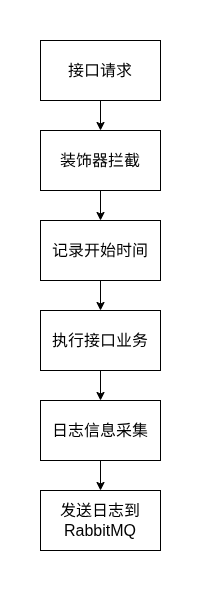
hongch666/mix-web-demo keeps this draw.io diagram as static/pic/flowchart/decorator.drawio.png. Above is the earlier version. Source tidied: cells renumbered, new cells last; positions are measured from the earlier drawing's top-left corner, leaving out a move shared by most shapes. Its diagram source:
```xml
<mxGraphModel background="#ffffff">
  <root>
    <mxCell id="0" />
    <mxCell id="1" parent="0" />
    <mxCell id="2" style="edgeStyle=none;html=1;exitX=0.5;exitY=1;exitDx=0;exitDy=0;entryX=0.5;entryY=0;entryDx=0;entryDy=0;" parent="1" edge="1" source="3" target="5">
      <mxGeometry relative="1" as="geometry" />
    </mxCell>
    <mxCell id="3" value="接口请求" style="rounded=0;whiteSpace=wrap;html=1;fontSize=16;" parent="1" vertex="1">
      <mxGeometry x="40" y="40" width="120" height="60" as="geometry" />
    </mxCell>
    <mxCell id="4" style="edgeStyle=none;html=1;exitX=0.5;exitY=1;exitDx=0;exitDy=0;entryX=0.5;entryY=0;entryDx=0;entryDy=0;" parent="1" edge="1" source="5" target="7">
      <mxGeometry relative="1" as="geometry" />
    </mxCell>
    <mxCell id="5" value="装饰器拦截" style="rounded=0;whiteSpace=wrap;html=1;fontSize=16;" parent="1" vertex="1">
      <mxGeometry x="40" y="130" width="120" height="60" as="geometry" />
    </mxCell>
    <mxCell id="6" style="edgeStyle=none;html=1;exitX=0.5;exitY=1;exitDx=0;exitDy=0;entryX=0.5;entryY=0;entryDx=0;entryDy=0;" parent="1" edge="1" source="7" target="9">
      <mxGeometry relative="1" as="geometry" />
    </mxCell>
    <mxCell id="7" value="记录开始时间" style="rounded=0;whiteSpace=wrap;html=1;fontSize=16;" parent="1" vertex="1">
      <mxGeometry x="40" y="220" width="120" height="60" as="geometry" />
    </mxCell>
    <mxCell id="8" style="edgeStyle=none;html=1;exitX=0.5;exitY=1;exitDx=0;exitDy=0;entryX=0.5;entryY=0;entryDx=0;entryDy=0;" parent="1" edge="1" source="9" target="11">
      <mxGeometry relative="1" as="geometry" />
    </mxCell>
    <mxCell id="9" value="执行接口业务" style="rounded=0;whiteSpace=wrap;html=1;fontSize=16;" parent="1" vertex="1">
      <mxGeometry x="40" y="310" width="120" height="60" as="geometry" />
    </mxCell>
    <mxCell id="10" style="edgeStyle=none;html=1;exitX=0.5;exitY=1;exitDx=0;exitDy=0;entryX=0.5;entryY=0;entryDx=0;entryDy=0;" parent="1" edge="1" source="11" target="12">
      <mxGeometry relative="1" as="geometry" />
    </mxCell>
    <mxCell id="11" value="日志信息采集" style="rounded=0;whiteSpace=wrap;html=1;fontSize=16;" parent="1" vertex="1">
      <mxGeometry x="40" y="400" width="120" height="60" as="geometry" />
    </mxCell>
    <mxCell id="12" value="发送日志到RabbitMQ" style="rounded=0;whiteSpace=wrap;html=1;fontSize=16;" parent="1" vertex="1">
      <mxGeometry x="40" y="490" width="120" height="60" as="geometry" />
    </mxCell>
    <mxCell id="13" style="rounded=0;whiteSpace=wrap;html=1;textOpacity=0;labelBorderColor=light-dark(#000000,#FFFFFF);fontColor=none;noLabel=1;strokeColor=none;" parent="1" vertex="1">
      <mxGeometry x="95" width="10" height="30" as="geometry" />
    </mxCell>
    <mxCell id="14" style="rounded=0;whiteSpace=wrap;html=1;textOpacity=0;labelBorderColor=light-dark(#000000,#FFFFFF);fontColor=none;noLabel=1;strokeColor=none;" parent="1" vertex="1">
      <mxGeometry x="190" y="210" width="10" height="30" as="geometry" />
    </mxCell>
    <mxCell id="15" style="rounded=0;whiteSpace=wrap;html=1;textOpacity=0;labelBorderColor=light-dark(#000000,#FFFFFF);fontColor=none;noLabel=1;strokeColor=none;" parent="1" vertex="1">
      <mxGeometry y="220" width="10" height="30" as="geometry" />
    </mxCell>
    <mxCell id="16" style="rounded=0;whiteSpace=wrap;html=1;textOpacity=0;labelBorderColor=light-dark(#000000,#FFFFFF);fontColor=none;noLabel=1;strokeColor=none;" parent="1" vertex="1">
      <mxGeometry x="95" y="560" width="10" height="30" as="geometry" />
    </mxCell>
  </root>
</mxGraphModel>
```
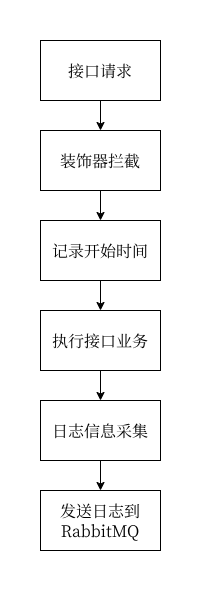
After the commit.

Diff of the diagram source:
```diff
@@ -2,49 +2,49 @@
   <root>
     <mxCell id="0" />
     <mxCell id="1" parent="0" />
-    <mxCell id="2" style="edgeStyle=none;html=1;exitX=0.5;exitY=1;exitDx=0;exitDy=0;entryX=0.5;entryY=0;entryDx=0;entryDy=0;" parent="1" edge="1" source="3" target="5">
+    <mxCell id="2" style="edgeStyle=none;html=1;exitX=0.5;exitY=1;exitDx=0;exitDy=0;entryX=0.5;entryY=0;entryDx=0;entryDy=0;fontFamily=宋体;" parent="1" edge="1" source="3" target="5">
       <mxGeometry relative="1" as="geometry" />
     </mxCell>
-    <mxCell id="3" value="接口请求" style="rounded=0;whiteSpace=wrap;html=1;fontSize=16;" parent="1" vertex="1">
+    <mxCell id="3" value="接口请求" style="rounded=0;whiteSpace=wrap;html=1;fontSize=16;fontFamily=宋体;" parent="1" vertex="1">
       <mxGeometry x="40" y="40" width="120" height="60" as="geometry" />
     </mxCell>
-    <mxCell id="4" style="edgeStyle=none;html=1;exitX=0.5;exitY=1;exitDx=0;exitDy=0;entryX=0.5;entryY=0;entryDx=0;entryDy=0;" parent="1" edge="1" source="5" target="7">
+    <mxCell id="4" style="edgeStyle=none;html=1;exitX=0.5;exitY=1;exitDx=0;exitDy=0;entryX=0.5;entryY=0;entryDx=0;entryDy=0;fontFamily=宋体;" parent="1" edge="1" source="5" target="7">
       <mxGeometry relative="1" as="geometry" />
     </mxCell>
-    <mxCell id="5" value="装饰器拦截" style="rounded=0;whiteSpace=wrap;html=1;fontSize=16;" parent="1" vertex="1">
+    <mxCell id="5" value="装饰器拦截" style="rounded=0;whiteSpace=wrap;html=1;fontSize=16;fontFamily=宋体;" parent="1" vertex="1">
       <mxGeometry x="40" y="130" width="120" height="60" as="geometry" />
     </mxCell>
-    <mxCell id="6" style="edgeStyle=none;html=1;exitX=0.5;exitY=1;exitDx=0;exitDy=0;entryX=0.5;entryY=0;entryDx=0;entryDy=0;" parent="1" edge="1" source="7" target="9">
+    <mxCell id="6" style="edgeStyle=none;html=1;exitX=0.5;exitY=1;exitDx=0;exitDy=0;entryX=0.5;entryY=0;entryDx=0;entryDy=0;fontFamily=宋体;" parent="1" edge="1" source="7" target="9">
       <mxGeometry relative="1" as="geometry" />
     </mxCell>
-    <mxCell id="7" value="记录开始时间" style="rounded=0;whiteSpace=wrap;html=1;fontSize=16;" parent="1" vertex="1">
+    <mxCell id="7" value="记录开始时间" style="rounded=0;whiteSpace=wrap;html=1;fontSize=16;fontFamily=宋体;" parent="1" vertex="1">
       <mxGeometry x="40" y="220" width="120" height="60" as="geometry" />
     </mxCell>
-    <mxCell id="8" style="edgeStyle=none;html=1;exitX=0.5;exitY=1;exitDx=0;exitDy=0;entryX=0.5;entryY=0;entryDx=0;entryDy=0;" parent="1" edge="1" source="9" target="11">
+    <mxCell id="8" style="edgeStyle=none;html=1;exitX=0.5;exitY=1;exitDx=0;exitDy=0;entryX=0.5;entryY=0;entryDx=0;entryDy=0;fontFamily=宋体;" parent="1" edge="1" source="9" target="11">
       <mxGeometry relative="1" as="geometry" />
     </mxCell>
-    <mxCell id="9" value="执行接口业务" style="rounded=0;whiteSpace=wrap;html=1;fontSize=16;" parent="1" vertex="1">
+    <mxCell id="9" value="执行接口业务" style="rounded=0;whiteSpace=wrap;html=1;fontSize=16;fontFamily=宋体;" parent="1" vertex="1">
       <mxGeometry x="40" y="310" width="120" height="60" as="geometry" />
     </mxCell>
-    <mxCell id="10" style="edgeStyle=none;html=1;exitX=0.5;exitY=1;exitDx=0;exitDy=0;entryX=0.5;entryY=0;entryDx=0;entryDy=0;" parent="1" edge="1" source="11" target="12">
+    <mxCell id="10" style="edgeStyle=none;html=1;exitX=0.5;exitY=1;exitDx=0;exitDy=0;entryX=0.5;entryY=0;entryDx=0;entryDy=0;fontFamily=宋体;" parent="1" edge="1" source="11" target="12">
       <mxGeometry relative="1" as="geometry" />
     </mxCell>
-    <mxCell id="11" value="日志信息采集" style="rounded=0;whiteSpace=wrap;html=1;fontSize=16;" parent="1" vertex="1">
+    <mxCell id="11" value="日志信息采集" style="rounded=0;whiteSpace=wrap;html=1;fontSize=16;fontFamily=宋体;" parent="1" vertex="1">
       <mxGeometry x="40" y="400" width="120" height="60" as="geometry" />
     </mxCell>
-    <mxCell id="12" value="发送日志到RabbitMQ" style="rounded=0;whiteSpace=wrap;html=1;fontSize=16;" parent="1" vertex="1">
+    <mxCell id="12" value="发送日志到RabbitMQ" style="rounded=0;whiteSpace=wrap;html=1;fontSize=16;fontFamily=宋体;" parent="1" vertex="1">
       <mxGeometry x="40" y="490" width="120" height="60" as="geometry" />
     </mxCell>
-    <mxCell id="13" style="rounded=0;whiteSpace=wrap;html=1;textOpacity=0;labelBorderColor=light-dark(#000000,#FFFFFF);fontColor=none;noLabel=1;strokeColor=none;" parent="1" vertex="1">
+    <mxCell id="13" style="rounded=0;whiteSpace=wrap;html=1;textOpacity=0;labelBorderColor=light-dark(#000000,#FFFFFF);fontColor=none;noLabel=1;strokeColor=none;fontFamily=宋体;" parent="1" vertex="1">
       <mxGeometry x="95" width="10" height="30" as="geometry" />
     </mxCell>
-    <mxCell id="14" style="rounded=0;whiteSpace=wrap;html=1;textOpacity=0;labelBorderColor=light-dark(#000000,#FFFFFF);fontColor=none;noLabel=1;strokeColor=none;" parent="1" vertex="1">
+    <mxCell id="14" style="rounded=0;whiteSpace=wrap;html=1;textOpacity=0;labelBorderColor=light-dark(#000000,#FFFFFF);fontColor=none;noLabel=1;strokeColor=none;fontFamily=宋体;" parent="1" vertex="1">
       <mxGeometry x="190" y="210" width="10" height="30" as="geometry" />
     </mxCell>
-    <mxCell id="15" style="rounded=0;whiteSpace=wrap;html=1;textOpacity=0;labelBorderColor=light-dark(#000000,#FFFFFF);fontColor=none;noLabel=1;strokeColor=none;" parent="1" vertex="1">
+    <mxCell id="15" style="rounded=0;whiteSpace=wrap;html=1;textOpacity=0;labelBorderColor=light-dark(#000000,#FFFFFF);fontColor=none;noLabel=1;strokeColor=none;fontFamily=宋体;" parent="1" vertex="1">
       <mxGeometry y="220" width="10" height="30" as="geometry" />
     </mxCell>
-    <mxCell id="16" style="rounded=0;whiteSpace=wrap;html=1;textOpacity=0;labelBorderColor=light-dark(#000000,#FFFFFF);fontColor=none;noLabel=1;strokeColor=none;" parent="1" vertex="1">
+    <mxCell id="16" style="rounded=0;whiteSpace=wrap;html=1;textOpacity=0;labelBorderColor=light-dark(#000000,#FFFFFF);fontColor=none;noLabel=1;strokeColor=none;fontFamily=宋体;" parent="1" vertex="1">
       <mxGeometry x="95" y="560" width="10" height="30" as="geometry" />
     </mxCell>
   </root>
```
